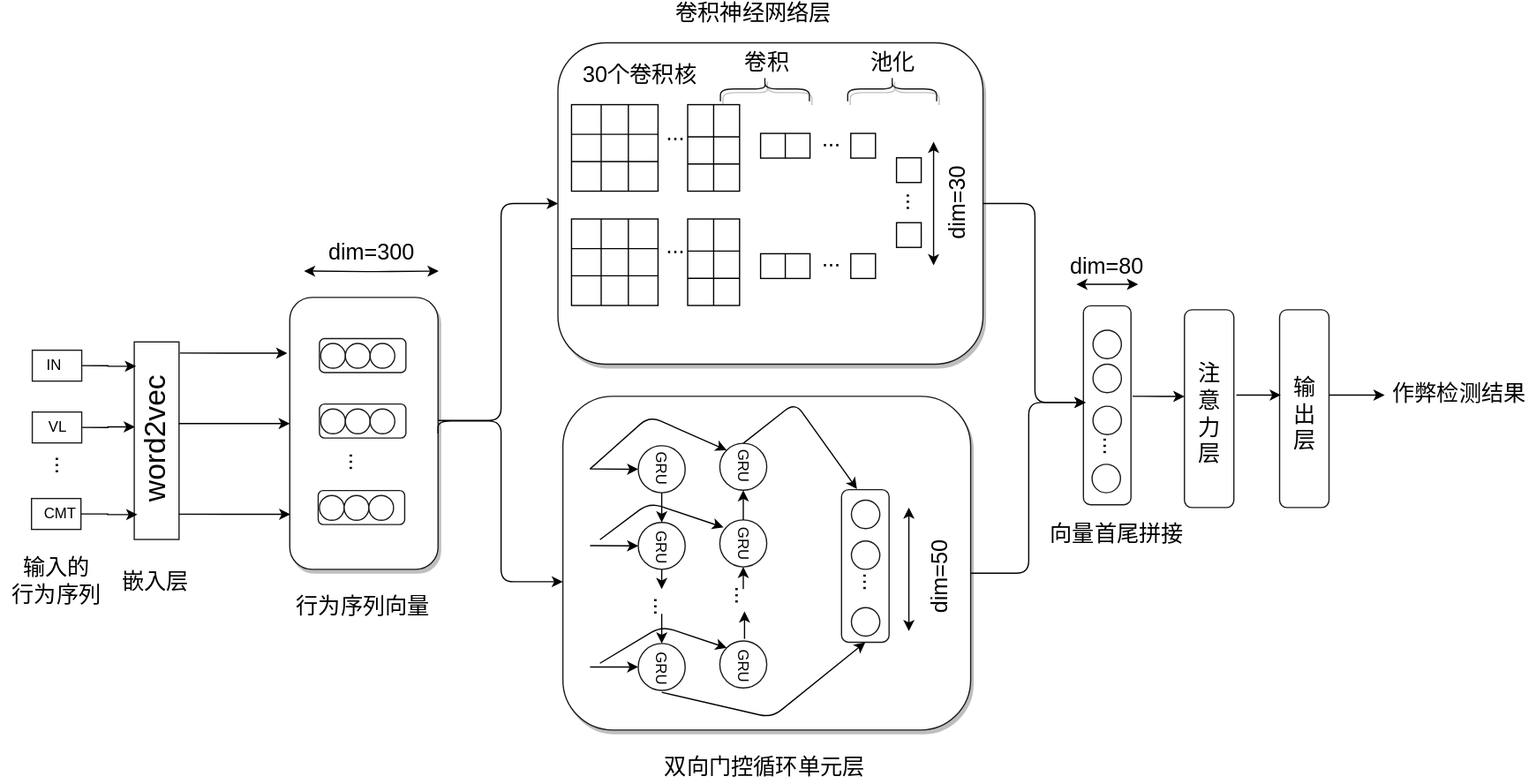
Before: examples/Copy of Untitled Diagram.svg, a diagram exported from draw.io (wanziyun/pydata-book). Source tidied: cells renumbered, new cells last; positions are measured from the earlier drawing's top-left corner, leaving out a move shared by most shapes.
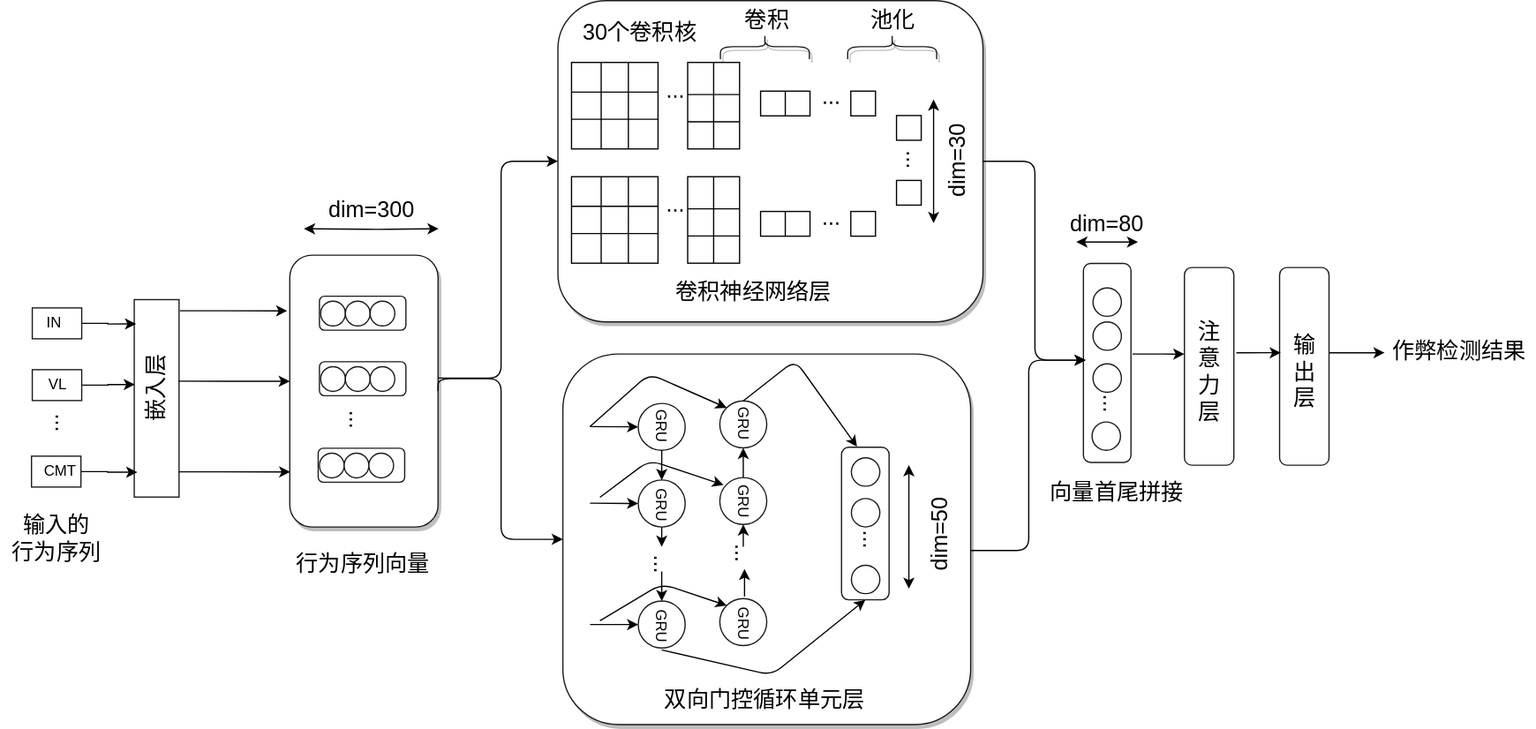
After the commit.

The edit, as a diff of the source:
```diff
@@ -3,7 +3,7 @@
     <mxCell id="0" />
     <mxCell id="1" parent="0" />
     <mxCell id="2" style="rounded=1;whiteSpace=wrap;html=1;shadow=1;strokeColor=#1A1A1A;" parent="1" vertex="1">
-      <mxGeometry x="455" y="320" width="330" height="270" as="geometry" />
+      <mxGeometry x="455" y="320" width="330" height="300" as="geometry" />
     </mxCell>
     <mxCell id="3" style="rounded=1;whiteSpace=wrap;html=1;shadow=1;strokeColor=#1A1A1A;" parent="1" vertex="1">
       <mxGeometry x="451" y="34" width="344" height="260" as="geometry" />
@@ -466,7 +466,7 @@
       <mxGeometry x="41" y="127" width="20" height="20" as="geometry" />
     </mxCell>
     <mxCell id="140" style="group;" parent="125" vertex="1">
-      <mxGeometry y="36" width="119.4" height="159.8" as="geometry" />
+      <mxGeometry y="36" width="150" height="159.8" as="geometry" />
     </mxCell>
     <mxCell id="141" style="rounded=0;whiteSpace=wrap;html=1;strokeColor=#1A1A1A;rotation=-90;" parent="140" vertex="1">
       <mxGeometry x="21.4" y="61.8" width="159.8" height="36.2" as="geometry" />
@@ -498,8 +498,8 @@
     <mxCell id="150" value="CMT" style="text;html=1;align=center;verticalAlign=middle;fillColor=none;strokeColor=none;rounded=0;" parent="140" vertex="1">
       <mxGeometry x="3" y="129.2" width="40" height="20" as="geometry" />
     </mxCell>
-    <mxCell id="151" value="&lt;font style=&quot;font-size: 24px&quot;&gt;word2vec&lt;/font&gt;" style="text;html=1;align=center;verticalAlign=middle;fillColor=none;strokeColor=none;rounded=0;rotation=-90;" parent="140" vertex="1">
-      <mxGeometry x="40.6" y="69.2" width="120" height="20" as="geometry" />
+    <mxCell id="151" value="&lt;font style=&quot;font-size: 18px&quot;&gt;嵌入层&lt;br&gt;&lt;/font&gt;" style="text;html=1;align=center;verticalAlign=middle;fillColor=none;strokeColor=none;rounded=0;rotation=-90;" parent="140" vertex="1">
+      <mxGeometry x="66.3" y="61.8" width="70" height="20" as="geometry" />
     </mxCell>
     <mxCell id="152" value="&lt;font style=&quot;font-size: 18px&quot;&gt;...&lt;/font&gt;" style="text;html=1;align=center;verticalAlign=middle;fillColor=none;strokeColor=none;rounded=0;rotation=90;" parent="140" vertex="1">
       <mxGeometry x="10.6" y="89.2" width="30" height="20" as="geometry" />
@@ -526,9 +526,6 @@
     <mxCell id="157" value="&lt;font style=&quot;font-size: 18px&quot;&gt;输入的&lt;br&gt;行为序列&lt;/font&gt;" style="text;html=1;align=center;verticalAlign=middle;fillColor=none;strokeColor=none;rounded=0;shadow=1;" parent="125" vertex="1">
       <mxGeometry x="-25" y="210" width="90" height="40" as="geometry" />
     </mxCell>
-    <mxCell id="158" value="&lt;span style=&quot;font-size: 18px&quot;&gt;嵌入层&lt;/span&gt;" style="text;html=1;align=center;verticalAlign=middle;fillColor=none;strokeColor=none;rounded=0;shadow=1;" parent="125" vertex="1">
-      <mxGeometry x="65" y="220" width="70" height="20" as="geometry" />
-    </mxCell>
     <mxCell id="159" value="&lt;span style=&quot;font-size: 18px&quot;&gt;行为序列向量&lt;/span&gt;" style="text;html=1;align=center;verticalAlign=middle;fillColor=none;strokeColor=none;rounded=0;shadow=1;" parent="125" vertex="1">
       <mxGeometry x="207.5" y="240" width="120" height="20" as="geometry" />
     </mxCell>
@@ -616,10 +613,10 @@
       <mxGeometry x="255" y="193.6" width="90" height="20" as="geometry" />
     </mxCell>
     <mxCell id="177" value="&lt;span style=&quot;font-size: 18px&quot;&gt;卷积神经网络层&lt;/span&gt;" style="text;html=1;align=center;verticalAlign=middle;fillColor=none;strokeColor=none;rounded=0;shadow=1;" parent="1" vertex="1">
-      <mxGeometry x="539" width="140" height="20" as="geometry" />
+      <mxGeometry x="539" y="260" width="140" height="20" as="geometry" />
     </mxCell>
     <mxCell id="178" value="&lt;span style=&quot;font-size: 18px&quot;&gt;双向门控循环单元层&lt;/span&gt;" style="text;html=1;align=center;verticalAlign=middle;fillColor=none;strokeColor=none;rounded=0;shadow=1;" parent="1" vertex="1">
-      <mxGeometry x="528" y="610" width="180" height="20" as="geometry" />
+      <mxGeometry x="528" y="590" width="180" height="20" as="geometry" />
     </mxCell>
   </root>
 </mxGraphModel>
```
